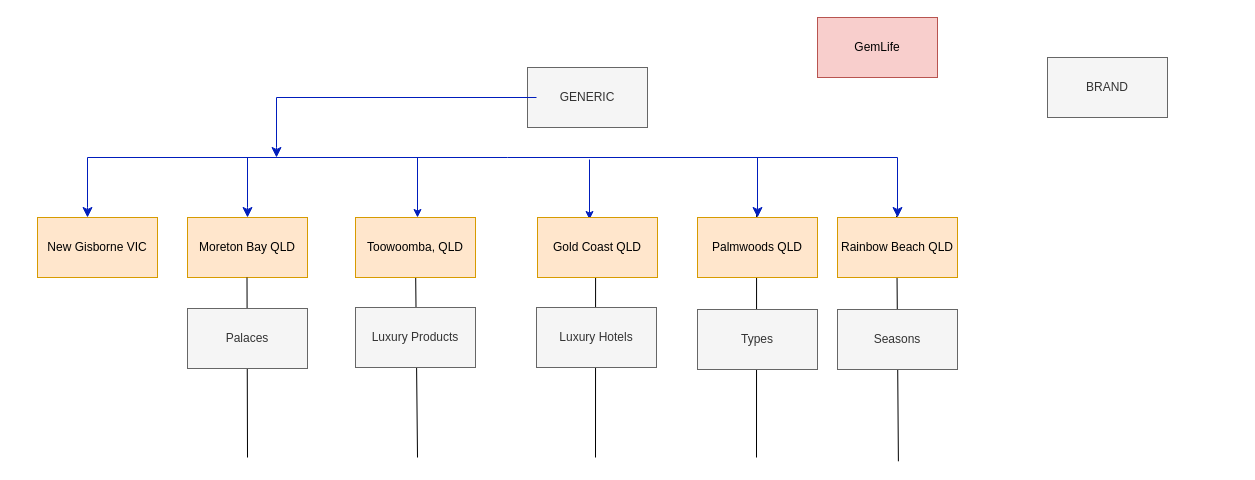
Above: sem structure.drawio in ElingO/test (draw.io), before the change. Source tidied: cells renumbered, new cells numbered last; positions are measured from the earlier drawing's top-left corner, leaving out a move shared by most shapes. Both pictures are drawn from the tidied source at 100%, with x=0, y=0 at pixel (37, 17).
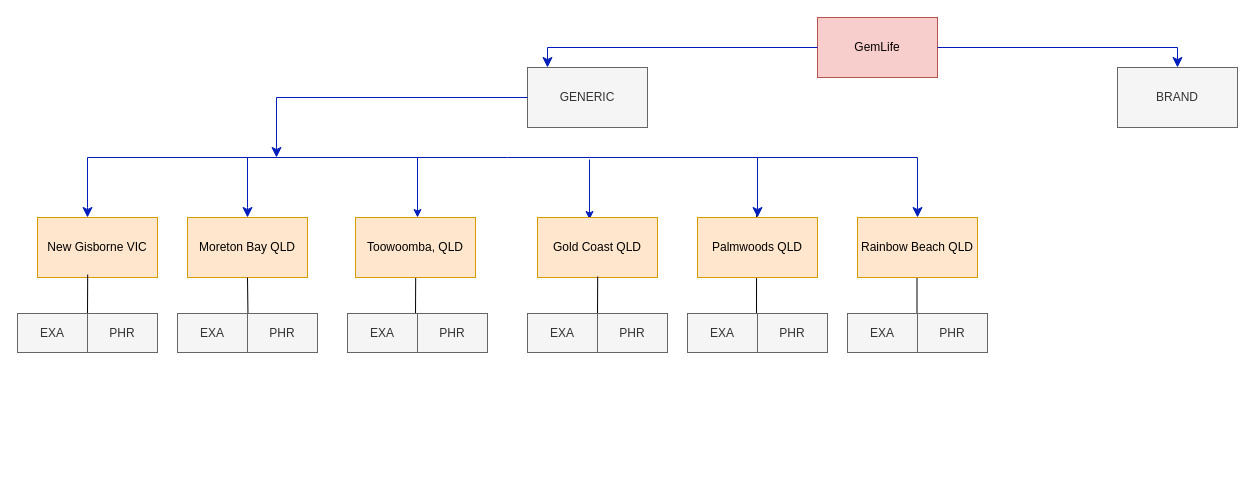
After the change.

The change refers to these unchanged cells:
```xml
<mxCell id="6" value="GemLife" style="rounded=0;whiteSpace=wrap;html=1;fillColor=#f8cecc;strokeColor=#b85450;" parent="1" vertex="1">
  <mxGeometry x="780" width="120" height="60" as="geometry" />
</mxCell>
<mxCell id="25" value="GENERIC" style="rounded=0;whiteSpace=wrap;html=1;fillColor=#f5f5f5;strokeColor=#666666;fontColor=#333333;" parent="1" vertex="1">
  <mxGeometry x="490" y="50" width="120" height="60" as="geometry" />
</mxCell>
```

The edit, as a diff of the source:
```diff
@@
     <mxCell id="2" style="endArrow=none;html=1;rounded=0;" parent="1" edge="1">
       <mxGeometry relative="1" as="geometry">
-        <mxPoint x="860.9" y="443.8" as="sourcePoint" />
-        <mxPoint x="859.1" y="198.2" as="targetPoint" />
+        <mxPoint x="879.5" y="311.8" as="sourcePoint" />
+        <mxPoint x="879.5" y="200" as="targetPoint" />
       </mxGeometry>
     </mxCell>
     <mxCell id="3" style="endArrow=none;html=1;rounded=0;" parent="1" edge="1">
       <mxGeometry relative="1" as="geometry">
-        <mxPoint x="719" y="440" as="sourcePoint" />
+        <mxPoint x="719" y="310" as="sourcePoint" />
         <mxPoint x="719.1" y="197" as="targetPoint" />
       </mxGeometry>
     </mxCell>
-    <mxCell id="4" style="endArrow=none;html=1;rounded=0;" parent="1" edge="1">
-      <mxGeometry relative="1" as="geometry">
-        <mxPoint x="558" y="440" as="sourcePoint" />
-        <mxPoint x="558.1" y="244.5" as="targetPoint" />
-      </mxGeometry>
-    </mxCell>
     <mxCell id="5" style="endArrow=none;html=1;rounded=0;" parent="1" edge="1">
       <mxGeometry relative="1" as="geometry">
-        <mxPoint x="380" y="440" as="sourcePoint" />
+        <mxPoint x="378" y="300" as="sourcePoint" />
         <mxPoint x="378.2" y="259" as="targetPoint" />
       </mxGeometry>
     </mxCell>
@@
-    <mxCell id="14" value="Luxury Products" style="rounded=0;whiteSpace=wrap;html=1;fillColor=#f5f5f5;strokeColor=#666666;fontColor=#333333;" parent="1" vertex="1">
-      <mxGeometry x="318" y="290" width="120" height="60" as="geometry" />
-    </mxCell>
     <mxCell id="15" style="endArrow=none;html=1;rounded=0;" parent="1" edge="1">
       <mxGeometry relative="1" as="geometry">
-        <mxPoint x="210" y="440" as="sourcePoint" />
-        <mxPoint x="209.5" y="260" as="targetPoint" />
+        <mxPoint x="210.5" y="300" as="sourcePoint" />
+        <mxPoint x="210" y="260" as="targetPoint" />
       </mxGeometry>
     </mxCell>
@@
-    <mxCell id="17" value="Types" style="rounded=0;whiteSpace=wrap;html=1;fillColor=#f5f5f5;strokeColor=#666666;fontColor=#333333;" parent="1" vertex="1">
-      <mxGeometry x="660" y="292" width="120" height="60" as="geometry" />
-    </mxCell>
     <mxCell id="18" value="Rainbow Beach QLD" style="rounded=0;whiteSpace=wrap;html=1;fillColor=#ffe6cc;strokeColor=#d79b00;" parent="1" vertex="1">
-      <mxGeometry x="800" y="200" width="120" height="60" as="geometry" />
+      <mxGeometry x="820" y="200" width="120" height="60" as="geometry" />
     </mxCell>
-    <mxCell id="19" value="Palaces" style="rounded=0;whiteSpace=wrap;html=1;fillColor=#f5f5f5;strokeColor=#666666;fontColor=#333333;" parent="1" vertex="1">
-      <mxGeometry x="150" y="291" width="120" height="60" as="geometry" />
+    <mxCell id="19" value="EXA" style="rounded=0;whiteSpace=wrap;html=1;fillColor=#f5f5f5;strokeColor=#666666;fontColor=#333333;" parent="1" vertex="1">
+      <mxGeometry x="140" y="296" width="70" height="39" as="geometry" />
     </mxCell>
-    <mxCell id="20" value="Luxury Hotels" style="rounded=0;whiteSpace=wrap;html=1;fillColor=#f5f5f5;strokeColor=#666666;fontColor=#333333;" parent="1" vertex="1">
-      <mxGeometry x="499" y="290" width="120" height="60" as="geometry" />
-    </mxCell>
-    <mxCell id="21" value="Seasons" style="rounded=0;whiteSpace=wrap;html=1;fillColor=#f5f5f5;strokeColor=#666666;fontColor=#333333;" parent="1" vertex="1">
-      <mxGeometry x="800" y="292" width="120" height="60" as="geometry" />
-    </mxCell>
     <mxCell id="22" style="edgeStyle=segmentEdgeStyle;endArrow=classic;html=1;curved=0;rounded=0;endSize=8;startSize=8;fillColor=#0050ef;strokeColor=#001DBC;" parent="1" edge="1">
       <mxGeometry relative="1" as="geometry">
-        <mxPoint x="610" y="140" as="sourcePoint" />
-        <mxPoint x="860" y="200" as="targetPoint" />
+        <mxPoint x="630" y="140" as="sourcePoint" />
+        <mxPoint x="880" y="200" as="targetPoint" />
       </mxGeometry>
     </mxCell>
@@
     <mxCell id="26" value="BRAND" style="rounded=0;whiteSpace=wrap;html=1;fillColor=#f5f5f5;strokeColor=#666666;fontColor=#333333;" parent="1" vertex="1">
-      <mxGeometry x="1010" y="40" width="120" height="60" as="geometry" />
+      <mxGeometry x="1080" y="50" width="120" height="60" as="geometry" />
     </mxCell>
     <mxCell id="27" style="edgeStyle=segmentEdgeStyle;endArrow=classic;html=1;curved=0;rounded=0;endSize=8;startSize=8;fillColor=#0050ef;strokeColor=#001DBC;" parent="1" edge="1">
       <mxGeometry relative="1" as="geometry">
-        <mxPoint x="499" y="80" as="sourcePoint" />
+        <mxPoint x="490" y="80" as="sourcePoint" />
         <mxPoint x="239" y="140" as="targetPoint" />
         <Array as="points">
           <mxPoint x="239" y="80" />
           <mxPoint x="239" y="130" />
         </Array>
       </mxGeometry>
     </mxCell>
+    <mxCell id="28" style="edgeStyle=segmentEdgeStyle;endArrow=classic;html=1;curved=0;rounded=0;endSize=8;startSize=8;fillColor=#0050ef;strokeColor=#001DBC;exitX=0;exitY=0.5;exitDx=0;exitDy=0;" parent="1" edge="1" source="6" target="25">
+      <mxGeometry relative="1" as="geometry">
+        <Array as="points">
+          <mxPoint x="510" y="30" />
+        </Array>
+      </mxGeometry>
+    </mxCell>
+    <mxCell id="29" style="edgeStyle=segmentEdgeStyle;endArrow=classic;html=1;curved=0;rounded=0;endSize=8;startSize=8;fillColor=#0050ef;strokeColor=#001DBC;" parent="1" edge="1" target="26">
+      <mxGeometry relative="1" as="geometry">
+        <mxPoint x="900" y="30" as="sourcePoint" />
+      </mxGeometry>
+    </mxCell>
+    <mxCell id="30" value="PHR" style="rounded=0;whiteSpace=wrap;html=1;fillColor=#f5f5f5;strokeColor=#666666;fontColor=#333333;" parent="1" vertex="1">
+      <mxGeometry x="210" y="296" width="70" height="39" as="geometry" />
+    </mxCell>
+    <mxCell id="31" value="EXA" style="rounded=0;whiteSpace=wrap;html=1;fillColor=#f5f5f5;strokeColor=#666666;fontColor=#333333;" parent="1" vertex="1">
+      <mxGeometry x="310" y="296" width="70" height="39" as="geometry" />
+    </mxCell>
+    <mxCell id="32" value="PHR" style="rounded=0;whiteSpace=wrap;html=1;fillColor=#f5f5f5;strokeColor=#666666;fontColor=#333333;" parent="1" vertex="1">
+      <mxGeometry x="380" y="296" width="70" height="39" as="geometry" />
+    </mxCell>
+    <mxCell id="33" style="endArrow=none;html=1;rounded=0;" parent="1" edge="1">
+      <mxGeometry relative="1" as="geometry">
+        <mxPoint x="560" y="300" as="sourcePoint" />
+        <mxPoint x="560.2" y="259" as="targetPoint" />
+      </mxGeometry>
+    </mxCell>
+    <mxCell id="34" value="EXA" style="rounded=0;whiteSpace=wrap;html=1;fillColor=#f5f5f5;strokeColor=#666666;fontColor=#333333;" parent="1" vertex="1">
+      <mxGeometry x="490" y="296" width="70" height="39" as="geometry" />
+    </mxCell>
+    <mxCell id="35" value="PHR" style="rounded=0;whiteSpace=wrap;html=1;fillColor=#f5f5f5;strokeColor=#666666;fontColor=#333333;" parent="1" vertex="1">
+      <mxGeometry x="560" y="296" width="70" height="39" as="geometry" />
+    </mxCell>
+    <mxCell id="36" style="endArrow=none;html=1;rounded=0;" parent="1" edge="1">
+      <mxGeometry relative="1" as="geometry">
+        <mxPoint x="50" y="298" as="sourcePoint" />
+        <mxPoint x="50.2" y="257" as="targetPoint" />
+      </mxGeometry>
+    </mxCell>
+    <mxCell id="37" value="EXA" style="rounded=0;whiteSpace=wrap;html=1;fillColor=#f5f5f5;strokeColor=#666666;fontColor=#333333;" parent="1" vertex="1">
+      <mxGeometry x="-20" y="296" width="70" height="39" as="geometry" />
+    </mxCell>
+    <mxCell id="38" value="PHR" style="rounded=0;whiteSpace=wrap;html=1;fillColor=#f5f5f5;strokeColor=#666666;fontColor=#333333;" parent="1" vertex="1">
+      <mxGeometry x="50" y="296" width="70" height="39" as="geometry" />
+    </mxCell>
+    <mxCell id="39" value="EXA" style="rounded=0;whiteSpace=wrap;html=1;fillColor=#f5f5f5;strokeColor=#666666;fontColor=#333333;" parent="1" vertex="1">
+      <mxGeometry x="650" y="296" width="70" height="39" as="geometry" />
+    </mxCell>
+    <mxCell id="40" value="PHR" style="rounded=0;whiteSpace=wrap;html=1;fillColor=#f5f5f5;strokeColor=#666666;fontColor=#333333;" parent="1" vertex="1">
+      <mxGeometry x="720" y="296" width="70" height="39" as="geometry" />
+    </mxCell>
+    <mxCell id="41" value="EXA" style="rounded=0;whiteSpace=wrap;html=1;fillColor=#f5f5f5;strokeColor=#666666;fontColor=#333333;" parent="1" vertex="1">
+      <mxGeometry x="810" y="296" width="70" height="39" as="geometry" />
+    </mxCell>
+    <mxCell id="42" value="PHR" style="rounded=0;whiteSpace=wrap;html=1;fillColor=#f5f5f5;strokeColor=#666666;fontColor=#333333;" parent="1" vertex="1">
+      <mxGeometry x="880" y="296" width="70" height="39" as="geometry" />
+    </mxCell>
```
